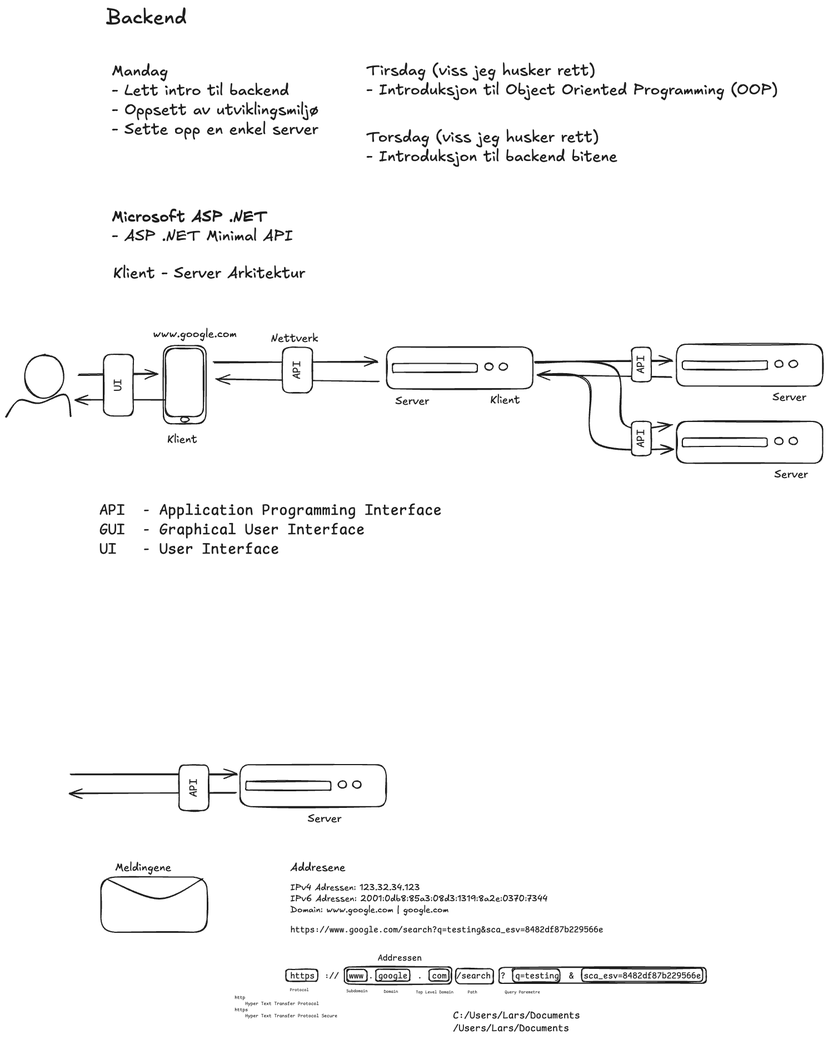
This is documentation/backend-introduction.excalidraw.png from LarsGJobloop/2025-09-22-backend-intro, a Excalidraw export, as it was before one commit. Source tidied: one line per element, renumbered; positions are measured from the earlier drawing's top-left corner, leaving out a move shared by most shapes.
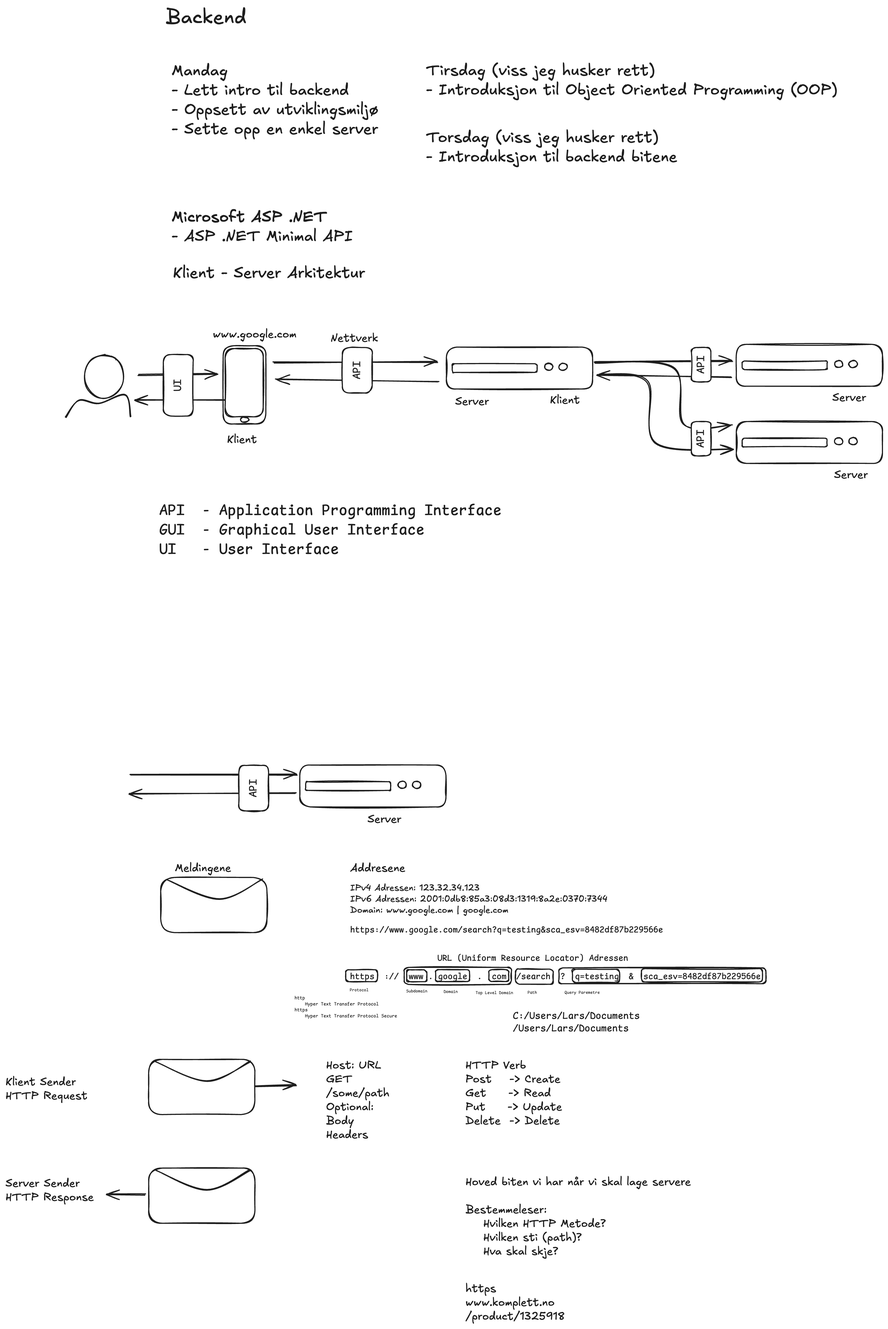
The same file after the commit.

The edit, as a diff of the source:
```diff
@@ -56,14 +56,18 @@
 {"id": 55, "type": "rectangle", "strokeColor": "#1e1e1e", "angle": 4.71, "backgroundColor": "#ffffff", "fillStyle": "solid", "strokeWidth": 2, "roughness": 1, "round": true, "x": 1112, "y": 762, "width": 62, "height": 35}
 {"id": 56, "type": "text", "text": "API", "strokeColor": "#1e1e1e", "angle": 4.71, "backgroundColor": "#ffffff", "fillStyle": "solid", "strokeWidth": 2, "roughness": 1, "fontSize": 20, "fontFamily": 8, "textAlign": "center", "verticalAlign": "middle", "inside": 55, "x": 1126, "y": 767, "width": 33, "height": 25}
 {"id": 57, "type": "rectangle", "strokeColor": "#1e1e1e", "backgroundColor": "#ffffff", "fillStyle": "solid", "strokeWidth": 2, "roughness": 1, "round": true, "x": 171, "y": 1570, "width": 191, "height": 99}
+{"id": 82, "type": "rectangle", "strokeColor": "#1e1e1e", "backgroundColor": "#ffffff", "fillStyle": "solid", "strokeWidth": 2, "roughness": 1, "round": true, "x": 149, "y": 1897, "width": 191, "height": 99}
+{"id": 83, "type": "rectangle", "strokeColor": "#1e1e1e", "backgroundColor": "#ffffff", "fillStyle": "solid", "strokeWidth": 2, "roughness": 1, "round": true, "x": 149, "y": 2093, "width": 191, "height": 99}
 {"id": 58, "type": "line", "strokeColor": "#1e1e1e", "backgroundColor": "#ffffff", "fillStyle": "solid", "strokeWidth": 2, "roughness": 1, "round": true, "x": 183, "y": 1573, "width": 170, "height": 36, "points": [[0, 0], [93, 36], [170, 0]]}
+{"id": 84, "type": "line", "strokeColor": "#1e1e1e", "backgroundColor": "#ffffff", "fillStyle": "solid", "strokeWidth": 2, "roughness": 1, "round": true, "x": 162, "y": 1901, "width": 170, "height": 36, "points": [[0, 0], [93, 36], [170, 0]]}
+{"id": 85, "type": "line", "strokeColor": "#1e1e1e", "backgroundColor": "#ffffff", "fillStyle": "solid", "strokeWidth": 2, "roughness": 1, "round": true, "x": 162, "y": 2096, "width": 170, "height": 36, "points": [[0, 0], [93, 36], [170, 0]]}
 {"id": 59, "type": "text", "text": "Meldingene", "strokeColor": "#1e1e1e", "backgroundColor": "#ffffff", "fillStyle": "solid", "strokeWidth": 2, "roughness": 1, "fontSize": 20, "fontFamily": 5, "x": 196, "y": 1541, "width": 101, "height": 25}
 {"id": 60, "type": "text", "text": "Addresene", "strokeColor": "#1e1e1e", "backgroundColor": "#ffffff", "fillStyle": "solid", "strokeWidth": 2, "roughness": 1, "fontSize": 20, "fontFamily": 5, "x": 512, "y": 1541, "width": 99, "height": 25}
 {"id": 61, "type": "text", "text": "IPv4 Adressen: 123.32.34.123\nIPv6 Adressen: 2001:0db8:85a3:08d3:1319:8a2e:0370:7344\nDomain: www.google.com | google.com", "strokeColor": "#1e1e1e", "backgroundColor": "#ffffff", "fillStyle": "solid", "strokeWidth": 2, "roughness": 1, "fontSize": 16, "fontFamily": 5, "x": 512, "y": 1579, "width": 463, "height": 60}
 {"id": 62, "type": "text", "text": "https://www.google.com/search?q=testing&sca_esv=8482df87b229566e", "strokeColor": "#1e1e1e", "backgroundColor": "#ffffff", "fillStyle": "solid", "strokeWidth": 2, "roughness": 1, "fontSize": 16, "fontFamily": 8, "x": 511, "y": 1655, "width": 563, "height": 20}
 {"id": 63, "type": "text", "text": "https  ://  www . google  .  com  /search  ?  q=testing  &  sca_esv=8482df87b229566e", "strokeColor": "#1e1e1e", "backgroundColor": "#ffffff", "fillStyle": "solid", "strokeWidth": 2, "roughness": 1, "fontSize": 16, "fontFamily": 8, "x": 511, "y": 1738, "width": 739, "height": 20}
 {"id": 64, "type": "rectangle", "strokeColor": "#1e1e1e", "strokeWidth": 2, "roughness": 1, "round": true, "x": 609, "y": 1732, "width": 193, "height": 31}
-{"id": 65, "type": "text", "text": "Addressen", "strokeColor": "#1e1e1e", "strokeWidth": 2, "roughness": 1, "fontSize": 16, "fontFamily": 8, "x": 669, "y": 1706, "width": 79, "height": 20}
+{"id": 65, "type": "text", "text": "URL (Uniform Resource Locator) Adressen", "strokeColor": "#1e1e1e", "strokeWidth": 2, "roughness": 1, "fontSize": 16, "fontFamily": 8, "x": 669, "y": 1706, "width": 343, "height": 20}
 {"id": 66, "type": "text", "text": "Top Level Domain", "strokeColor": "#1e1e1e", "strokeWidth": 2, "roughness": 1, "fontSize": 7.69, "fontFamily": 8, "x": 737, "y": 1773, "width": 68, "height": 10}
 {"id": 67, "type": "text", "text": "Path", "strokeColor": "#1e1e1e", "strokeWidth": 2, "roughness": 1, "fontSize": 7.69, "fontFamily": 8, "x": 831, "y": 1772, "width": 17, "height": 10}
 {"id": 68, "type": "text", "text": "Query Paremetre", "strokeColor": "#1e1e1e", "strokeWidth": 2, "roughness": 1, "fontSize": 7.69, "fontFamily": 8, "x": 897, "y": 1772, "width": 63, "height": 10}
@@ -80,3 +84,11 @@
 {"id": 79, "type": "rectangle", "strokeColor": "#1e1e1e", "strokeWidth": 2, "roughness": 1, "round": true, "x": 887, "y": 1732, "width": 373, "height": 28}
 {"id": 80, "type": "rectangle", "strokeColor": "#1e1e1e", "strokeWidth": 2, "roughness": 1, "round": true, "x": 911, "y": 1735, "width": 85, "height": 24}
 {"id": 81, "type": "rectangle", "strokeColor": "#1e1e1e", "strokeWidth": 2, "roughness": 1, "round": true, "x": 1036, "y": 1734, "width": 218, "height": 24}
+{"id": 86, "type": "arrow", "strokeColor": "#1e1e1e", "strokeWidth": 2, "roughness": 1, "endArrowhead": "arrow", "round": true, "from": 82, "x": 341, "y": 1946, "width": 74, "height": 2, "points": [[0, 0], [74, -2]]}
+{"id": 87, "type": "text", "text": "Klient Sender\nHTTP Request", "strokeColor": "#1e1e1e", "strokeWidth": 2, "roughness": 1, "fontSize": 20, "fontFamily": 5, "x": -109, "y": 1926, "width": 148, "height": 50}
+{"id": 88, "type": "text", "text": "Server Sender\nHTTP Response", "strokeColor": "#1e1e1e", "strokeWidth": 2, "roughness": 1, "fontSize": 20, "fontFamily": 5, "x": -109, "y": 2108, "width": 159, "height": 50}
+{"id": 89, "type": "arrow", "strokeColor": "#1e1e1e", "strokeWidth": 2, "roughness": 1, "endArrowhead": "arrow", "round": true, "from": 83, "x": 143, "y": 2140, "width": 70, "height": 0, "points": [[0, 0], [-70, 0]]}
+{"id": 90, "type": "text", "text": "Host: URL\nGET\n/some/path\nOptional:\nBody\nHeaders", "strokeColor": "#1e1e1e", "strokeWidth": 2, "roughness": 1, "fontSize": 20, "fontFamily": 5, "x": 468, "y": 1896, "width": 114, "height": 150}
+{"id": 91, "type": "text", "text": "HTTP Verb\nPost    -> Create\nGet     -> Read\nPut     -> Update\nDelete  -> Delete", "strokeColor": "#1e1e1e", "strokeWidth": 2, "roughness": 1, "fontSize": 20, "fontFamily": 5, "x": 719, "y": 1896, "width": 174, "height": 125}
+{"id": 92, "type": "text", "text": "Hoved biten vi har når vi skal lage servere\n\nBestemmeleser:\n    Hvilken HTTP Metode?\n    Hvilken sti (path)?\n    Hva skal skje?", "strokeColor": "#1e1e1e", "strokeWidth": 2, "roughness": 1, "fontSize": 20, "fontFamily": 5, "x": 719, "y": 2106, "width": 406, "height": 150}
+{"id": 93, "type": "text", "text": "\nhttps\nwww.komplett.no\n/product/1325918", "strokeColor": "#1e1e1e", "strokeWidth": 2, "roughness": 1, "fontSize": 20, "fontFamily": 5, "x": 719, "y": 2273, "width": 179, "height": 100}
```
